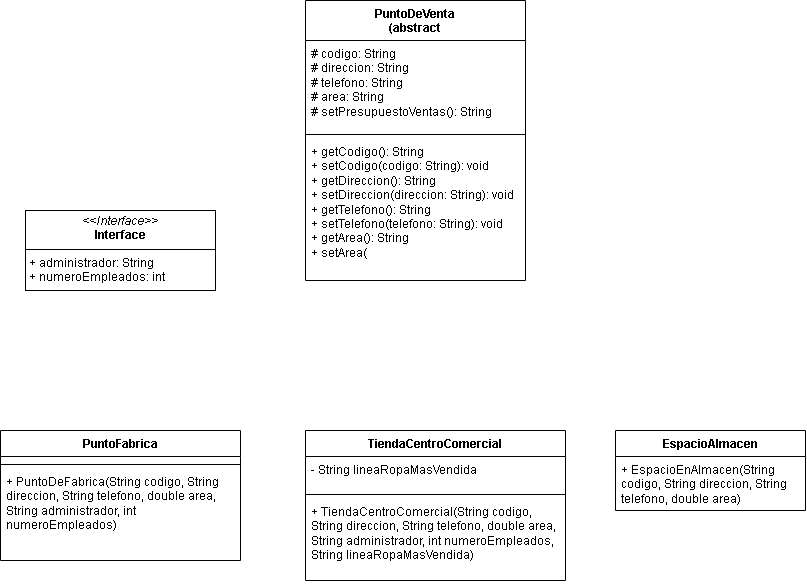
Before: TallerFinalPunto3.drawio.png, a diagram exported from draw.io (AngelDavidGutierrez/TallerFinalPunto3). Source tidied: cells renumbered, new cells last; positions are measured from the earlier drawing's top-left corner, leaving out a move shared by most shapes.
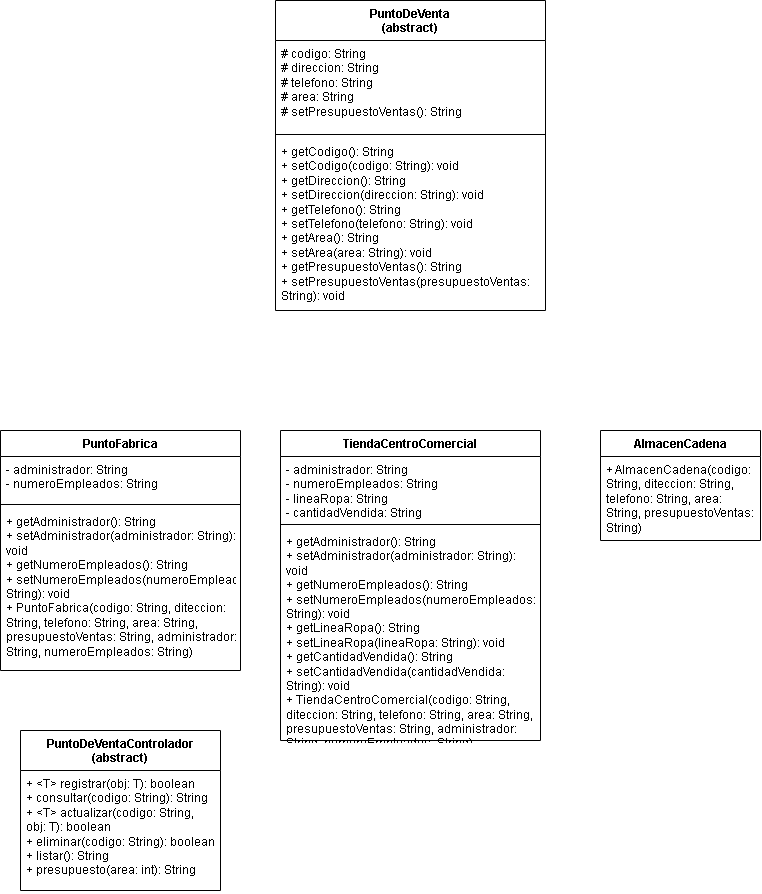
The same diagram one commit later.

What changed in the source:
```diff
@@ -2,50 +2,53 @@
   <root>
     <mxCell id="0" />
     <mxCell id="1" parent="0" />
-    <mxCell id="2" value="PuntoFabrica" style="swimlane;fontStyle=1;align=center;verticalAlign=top;horizontal=1;startSize=26;whiteSpace=wrap;html=1;" parent="1" vertex="1">
-      <mxGeometry y="430" width="240" height="130" as="geometry" />
-    </mxCell>
-    <mxCell id="3" value="&lt;div&gt;&lt;br&gt;&lt;/div&gt;" style="text;strokeColor=none;fillColor=none;align=left;verticalAlign=top;spacingLeft=4;spacingRight=4;overflow=hidden;whiteSpace=wrap;html=1;" parent="2" vertex="1">
-      <mxGeometry y="26" width="240" height="4" as="geometry" />
-    </mxCell>
-    <mxCell id="4" style="line;strokeWidth=1;fillColor=none;align=left;verticalAlign=middle;spacingTop=-1;spacingLeft=3;spacingRight=3;labelPosition=right;strokeColor=inherit;" parent="2" vertex="1">
-      <mxGeometry y="30" width="240" height="8" as="geometry" />
-    </mxCell>
-    <mxCell id="5" value="+ PuntoDeFabrica(String codigo, String direccion, String telefono, &lt;span class=&quot;hljs-type&quot;&gt;double&lt;/span&gt; area, String administrador, &lt;span class=&quot;hljs-type&quot;&gt;int&lt;/span&gt; numeroEmpleados)&lt;div&gt;&lt;br&gt;&lt;/div&gt;" style="text;strokeColor=none;fillColor=none;align=left;verticalAlign=top;spacingLeft=4;spacingRight=4;overflow=hidden;whiteSpace=wrap;html=1;" parent="2" vertex="1">
-      <mxGeometry y="38" width="240" height="92" as="geometry" />
-    </mxCell>
     <mxCell id="6" value="TiendaCentroComercial" style="swimlane;fontStyle=1;align=center;verticalAlign=top;horizontal=1;startSize=26;whiteSpace=wrap;html=1;" parent="1" vertex="1">
-      <mxGeometry x="305" y="430" width="260" height="150" as="geometry" />
+      <mxGeometry x="325" y="430" width="260" height="310" as="geometry" />
     </mxCell>
-    <mxCell id="7" value="&lt;div&gt;- String lineaRopaMasVendida&lt;/div&gt;&lt;div&gt;&lt;span style=&quot;white-space: pre;&quot;&gt;&#9;&lt;/span&gt;&lt;/div&gt;" style="text;strokeColor=none;fillColor=none;align=left;verticalAlign=top;spacingLeft=4;spacingRight=4;overflow=hidden;whiteSpace=wrap;html=1;" parent="6" vertex="1">
-      <mxGeometry y="26" width="260" height="34" as="geometry" />
+    <mxCell id="7" value="&lt;div&gt;- administrador: String&lt;/div&gt;&lt;div&gt;- numeroEmpleados: String&lt;/div&gt;&lt;div&gt;-&amp;nbsp;lineaRopa: String&lt;/div&gt;&lt;div&gt;-&amp;nbsp;cantidadVendida: String&lt;/div&gt;" style="text;strokeColor=none;fillColor=none;align=left;verticalAlign=top;spacingLeft=4;spacingRight=4;overflow=hidden;whiteSpace=wrap;html=1;" parent="6" vertex="1">
+      <mxGeometry y="26" width="260" height="64" as="geometry" />
     </mxCell>
     <mxCell id="8" style="line;strokeWidth=1;fillColor=none;align=left;verticalAlign=middle;spacingTop=-1;spacingLeft=3;spacingRight=3;labelPosition=right;strokeColor=inherit;" parent="6" vertex="1">
-      <mxGeometry y="60" width="260" height="8" as="geometry" />
+      <mxGeometry y="90" width="260" height="8" as="geometry" />
     </mxCell>
-    <mxCell id="9" value="+ TiendaCentroComercial(String codigo, String direccion, String telefono, &lt;span class=&quot;hljs-type&quot;&gt;double&lt;/span&gt; area, String administrador, &lt;span class=&quot;hljs-type&quot;&gt;int&lt;/span&gt; numeroEmpleados, String lineaRopaMasVendida)&lt;div&gt;&lt;br&gt;&lt;/div&gt;" style="text;strokeColor=none;fillColor=none;align=left;verticalAlign=top;spacingLeft=4;spacingRight=4;overflow=hidden;whiteSpace=wrap;html=1;" parent="6" vertex="1">
-      <mxGeometry y="68" width="260" height="82" as="geometry" />
+    <mxCell id="9" value="+&amp;nbsp;getAdministrador(): String&lt;div&gt;+&amp;nbsp;setAdministrador(administrador: String): void&lt;/div&gt;&lt;div&gt;+&amp;nbsp;getNumeroEmpleados(): String&lt;/div&gt;&lt;div&gt;+&amp;nbsp;setNumeroEmpleados(numeroEmpleados: String): void&lt;/div&gt;&lt;div&gt;+&amp;nbsp;getLineaRopa(): String&lt;/div&gt;&lt;div&gt;+&amp;nbsp;setLineaRopa(lineaRopa: String): void&lt;/div&gt;&lt;div&gt;+&amp;nbsp;getCantidadVendida(): String&lt;/div&gt;&lt;div&gt;+&amp;nbsp;setCantidadVendida(cantidadVendida: String): void&lt;/div&gt;&lt;div&gt;+&amp;nbsp;TiendaCentroComercial(codigo: String, diteccion: String, telefono: String, area: String, presupuestoVentas: String, administrador: String, numeroEmpleados: String)&lt;/div&gt;" style="text;strokeColor=none;fillColor=none;align=left;verticalAlign=top;spacingLeft=4;spacingRight=4;overflow=hidden;whiteSpace=wrap;html=1;" parent="6" vertex="1">
+      <mxGeometry y="98" width="260" height="212" as="geometry" />
     </mxCell>
-    <mxCell id="10" value="EspacioAlmacen" style="swimlane;fontStyle=1;align=center;verticalAlign=top;horizontal=1;startSize=26;whiteSpace=wrap;html=1;" parent="1" vertex="1">
-      <mxGeometry x="615" y="430" width="190" height="80" as="geometry" />
-    </mxCell>
-    <mxCell id="11" value="+ EspacioEnAlmacen(String codigo, String direccion, String telefono, &lt;span class=&quot;hljs-type&quot;&gt;double&lt;/span&gt; area)" style="text;strokeColor=none;fillColor=none;align=left;verticalAlign=top;spacingLeft=4;spacingRight=4;overflow=hidden;whiteSpace=wrap;html=1;" parent="10" vertex="1">
-      <mxGeometry y="26" width="190" height="54" as="geometry" />
-    </mxCell>
-    <mxCell id="12" value="&lt;p style=&quot;margin:0px;margin-top:4px;text-align:center;&quot;&gt;&lt;i&gt;&amp;lt;&amp;lt;Interface&amp;gt;&amp;gt;&lt;/i&gt;&lt;br&gt;&lt;b&gt;Interface&lt;/b&gt;&lt;/p&gt;&lt;hr size=&quot;1&quot; style=&quot;border-style:solid;&quot;&gt;&lt;p style=&quot;margin:0px;margin-left:4px;&quot;&gt;+ administrador: String&amp;nbsp;&lt;br&gt;+ numeroEmpleados: int&lt;/p&gt;&lt;hr size=&quot;1&quot; style=&quot;border-style:solid;&quot;&gt;&lt;p style=&quot;margin:0px;margin-left:4px;&quot;&gt;&lt;br&gt;&lt;/p&gt;" style="verticalAlign=top;align=left;overflow=fill;html=1;whiteSpace=wrap;" parent="1" vertex="1">
-      <mxGeometry x="25" y="210" width="190" height="80" as="geometry" />
-    </mxCell>
-    <mxCell id="13" value="PuntoDeVenta&lt;div&gt;(abstract&lt;/div&gt;" style="swimlane;fontStyle=1;align=center;verticalAlign=top;horizontal=1;startSize=40;whiteSpace=wrap;html=1;" parent="1" vertex="1">
-      <mxGeometry x="305" width="220" height="280" as="geometry" />
+    <mxCell id="13" value="PuntoDeVenta&lt;div&gt;(abstract)&lt;/div&gt;" style="swimlane;fontStyle=1;align=center;verticalAlign=top;horizontal=1;startSize=40;whiteSpace=wrap;html=1;" parent="1" vertex="1">
+      <mxGeometry x="320" width="270" height="310" as="geometry" />
     </mxCell>
     <mxCell id="14" value="# codigo: String&lt;div&gt;# direccion: String&lt;/div&gt;&lt;div&gt;# telefono: String&lt;/div&gt;&lt;div&gt;# area: String&lt;/div&gt;&lt;div&gt;# setPresupuestoVentas(): String&lt;/div&gt;" style="text;strokeColor=none;fillColor=none;align=left;verticalAlign=top;spacingLeft=4;spacingRight=4;overflow=hidden;whiteSpace=wrap;html=1;" parent="13" vertex="1">
-      <mxGeometry y="40" width="220" height="90" as="geometry" />
+      <mxGeometry y="40" width="270" height="90" as="geometry" />
     </mxCell>
     <mxCell id="15" style="line;strokeWidth=1;fillColor=none;align=left;verticalAlign=middle;spacingTop=-1;spacingLeft=3;spacingRight=3;labelPosition=right;strokeColor=inherit;" parent="13" vertex="1">
-      <mxGeometry y="130" width="220" height="8" as="geometry" />
+      <mxGeometry y="130" width="270" height="8" as="geometry" />
     </mxCell>
-    <mxCell id="16" value="+ getCodigo(): String&lt;div&gt;+ setCodigo(codigo: String): void&lt;/div&gt;&lt;div&gt;+ getDireccion(): String&lt;/div&gt;&lt;div&gt;+ setDireccion(direccion: String): void&lt;/div&gt;&lt;div&gt;+ getTelefono(): String&lt;/div&gt;&lt;div&gt;+ setTelefono(telefono: String): void&lt;/div&gt;&lt;div&gt;+ getArea(): String&lt;/div&gt;&lt;div&gt;+ setArea(&lt;/div&gt;" style="text;strokeColor=none;fillColor=none;align=left;verticalAlign=top;spacingLeft=4;spacingRight=4;overflow=hidden;whiteSpace=wrap;html=1;" parent="13" vertex="1">
-      <mxGeometry y="138" width="220" height="142" as="geometry" />
+    <mxCell id="16" value="+ getCodigo(): String&lt;div&gt;+ setCodigo(codigo: String): void&lt;/div&gt;&lt;div&gt;+ getDireccion(): String&lt;/div&gt;&lt;div&gt;+ setDireccion(direccion: String): void&lt;/div&gt;&lt;div&gt;+ getTelefono(): String&lt;/div&gt;&lt;div&gt;+ setTelefono(telefono: String): void&lt;/div&gt;&lt;div&gt;+ getArea(): String&lt;/div&gt;&lt;div&gt;+ setArea(area: String): void&lt;/div&gt;&lt;div&gt;+ getPresupuestoVentas(): String&lt;/div&gt;&lt;div&gt;+ setPresupuestoVentas(presupuestoVentas: String): void&lt;/div&gt;" style="text;strokeColor=none;fillColor=none;align=left;verticalAlign=top;spacingLeft=4;spacingRight=4;overflow=hidden;whiteSpace=wrap;html=1;" parent="13" vertex="1">
+      <mxGeometry y="138" width="270" height="172" as="geometry" />
     </mxCell>
+    <mxCell id="17" value="AlmacenCadena" style="swimlane;fontStyle=1;align=center;verticalAlign=top;horizontal=1;startSize=26;whiteSpace=wrap;html=1;" parent="1" vertex="1">
+      <mxGeometry x="645" y="430" width="160" height="110" as="geometry" />
+    </mxCell>
+    <mxCell id="18" value="+&amp;nbsp;AlmacenCadena(codigo: String, diteccion: String, telefono: String, area: String, presupuestoVentas: String)&amp;nbsp;" style="text;strokeColor=none;fillColor=none;align=left;verticalAlign=top;spacingLeft=4;spacingRight=4;overflow=hidden;whiteSpace=wrap;html=1;" parent="17" vertex="1">
+      <mxGeometry y="26" width="160" height="84" as="geometry" />
+    </mxCell>
+    <mxCell id="2" value="PuntoFabrica" style="swimlane;fontStyle=1;align=center;verticalAlign=top;horizontal=1;startSize=26;whiteSpace=wrap;html=1;" parent="1" vertex="1">
+      <mxGeometry x="45" y="430" width="240" height="240" as="geometry" />
+    </mxCell>
+    <mxCell id="19" value="-&amp;nbsp;administrador: String&lt;div&gt;-&amp;nbsp;numeroEmpleados: String&lt;/div&gt;" style="text;strokeColor=none;fillColor=none;align=left;verticalAlign=top;spacingLeft=4;spacingRight=4;overflow=hidden;whiteSpace=wrap;html=1;" parent="2" vertex="1">
+      <mxGeometry y="26" width="240" height="44" as="geometry" />
+    </mxCell>
+    <mxCell id="20" style="line;strokeWidth=1;fillColor=none;align=left;verticalAlign=middle;spacingTop=-1;spacingLeft=3;spacingRight=3;labelPosition=right;strokeColor=inherit;" parent="2" vertex="1">
+      <mxGeometry y="70" width="240" height="8" as="geometry" />
+    </mxCell>
+    <mxCell id="21" value="+&amp;nbsp;getAdministrador(): String&lt;div&gt;+&amp;nbsp;setAdministrador(administrador: String): void&lt;/div&gt;&lt;div&gt;+ getNumeroEmpleados(): String&lt;/div&gt;&lt;div&gt;+&amp;nbsp;setNumeroEmpleados(numeroEmpleados: String): void&lt;/div&gt;&lt;div&gt;+&amp;nbsp;PuntoFabrica(codigo: String, diteccion: String, telefono: String, area: String, presupuestoVentas: String, administrador: String, numeroEmpleados: String)&lt;/div&gt;" style="text;strokeColor=none;fillColor=none;align=left;verticalAlign=top;spacingLeft=4;spacingRight=4;overflow=hidden;whiteSpace=wrap;html=1;" parent="2" vertex="1">
+      <mxGeometry y="78" width="240" height="162" as="geometry" />
+    </mxCell>
+    <mxCell id="22" value="PuntoDeVentaControlador&lt;div&gt;(abstract)&lt;/div&gt;" style="swimlane;fontStyle=1;align=center;verticalAlign=top;horizontal=1;startSize=40;whiteSpace=wrap;html=1;" parent="1" vertex="1">
+      <mxGeometry x="65" y="730" width="200" height="160" as="geometry" />
+    </mxCell>
+    <mxCell id="23" value="+ &amp;lt;T&amp;gt; registrar(obj: T): boolean&lt;div&gt;+ consultar(codigo: String): String&lt;/div&gt;&lt;div&gt;+ &amp;lt;T&amp;gt; actualizar(codigo: String, obj: T): boolean&lt;/div&gt;&lt;div&gt;+&amp;nbsp;eliminar(codigo: String): boolean&lt;/div&gt;&lt;div&gt;+&amp;nbsp;listar(): String&lt;/div&gt;&lt;div&gt;+&amp;nbsp;presupuesto(area: int): String&lt;/div&gt;" style="text;strokeColor=none;fillColor=none;align=left;verticalAlign=top;spacingLeft=4;spacingRight=4;overflow=hidden;whiteSpace=wrap;html=1;" parent="22" vertex="1">
+      <mxGeometry y="40" width="200" height="120" as="geometry" />
+    </mxCell>
   </root>
 </mxGraphModel>
```
